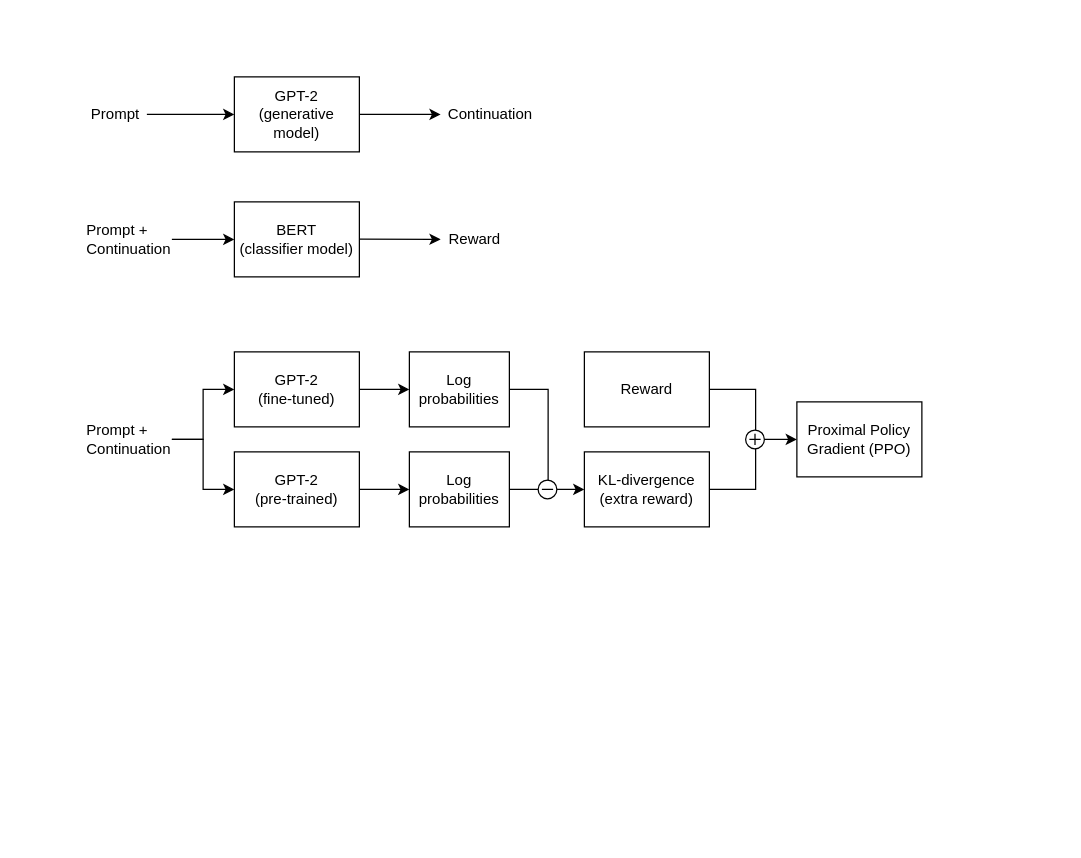
The draw.io diagram tapt.drawio in chrisliu298/tapt, before the edit. Source tidied: cells renumbered, new cells numbered last; positions are measured from the earlier drawing's top-left corner, leaving out a move shared by most shapes. Both pictures are drawn from the tidied source at 125%, with x=0, y=0 at pixel (84, 76).
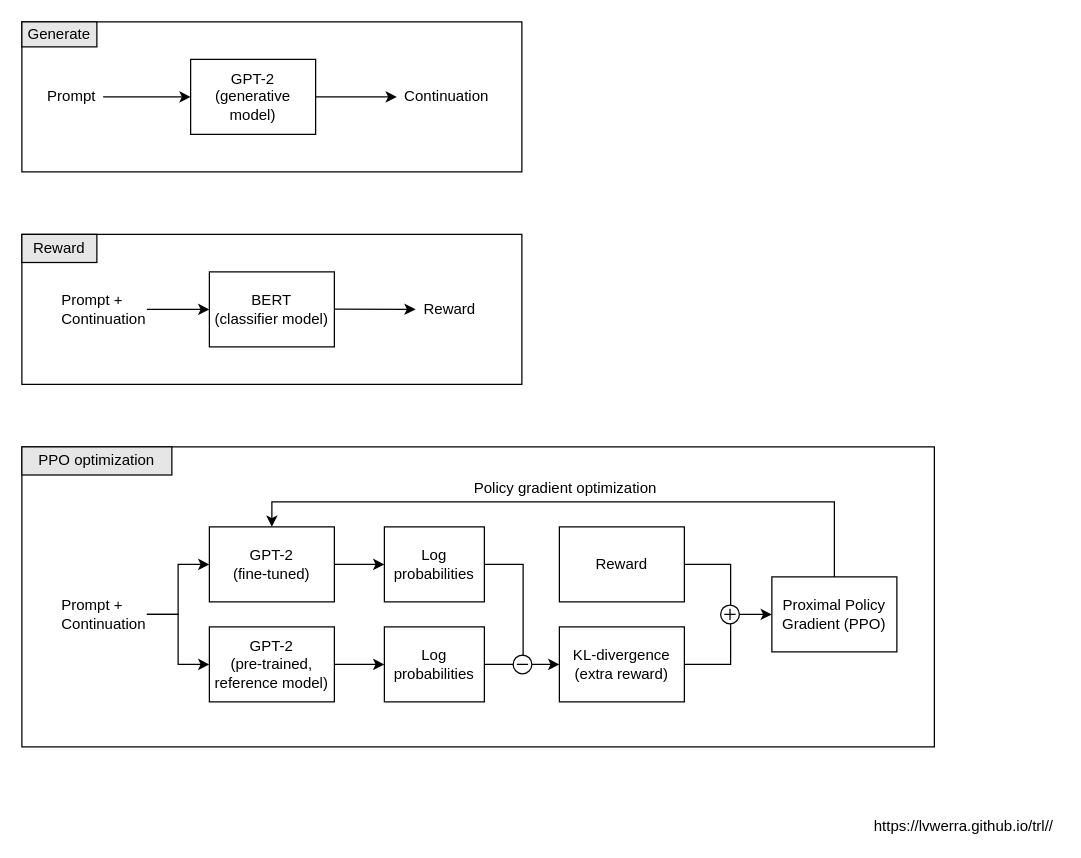
The same diagram, later.

What changed in the source:
```diff
@@
     <mxCell id="2" value="GPT-2&lt;br&gt;(generative model)" style="rounded=0;whiteSpace=wrap;html=1;fillColor=none;" parent="1" vertex="1">
-      <mxGeometry x="120" width="100" height="60" as="geometry" />
+      <mxGeometry x="85" y="-14" width="100" height="60" as="geometry" />
     </mxCell>
     <mxCell id="3" value="Prompt" style="text;html=1;strokeColor=none;fillColor=none;align=center;verticalAlign=middle;whiteSpace=wrap;rounded=0;" parent="1" vertex="1">
-      <mxGeometry y="20" width="50" height="20" as="geometry" />
+      <mxGeometry x="-35" y="6" width="50" height="20" as="geometry" />
     </mxCell>
@@
     <mxCell id="5" value="Continuation" style="text;html=1;strokeColor=none;fillColor=none;align=center;verticalAlign=middle;whiteSpace=wrap;rounded=0;" parent="1" vertex="1">
-      <mxGeometry x="285" y="20" width="80" height="20" as="geometry" />
+      <mxGeometry x="250" y="6" width="80" height="20" as="geometry" />
     </mxCell>
@@
     <mxCell id="7" value="BERT&lt;br&gt;(classifier model)" style="rounded=0;whiteSpace=wrap;html=1;fillColor=none;" parent="1" vertex="1">
-      <mxGeometry x="120" y="100" width="100" height="60" as="geometry" />
+      <mxGeometry x="100" y="156" width="100" height="60" as="geometry" />
     </mxCell>
-    <mxCell id="8" value="Prompt +&lt;br&gt;Continuation" style="text;html=1;strokeColor=none;fillColor=none;align=left;verticalAlign=middle;whiteSpace=wrap;rounded=0;" parent="1" vertex="1">
-      <mxGeometry y="120" width="70" height="20" as="geometry" />
-    </mxCell>
-    <mxCell id="9" style="endArrow=classic;html=1;exitX=1;exitY=0.5;exitDx=0;exitDy=0;entryX=0;entryY=0.5;entryDx=0;entryDy=0;" parent="1" edge="1" source="8" target="7">
-      <mxGeometry relative="1" as="geometry" />
-    </mxCell>
-    <mxCell id="10" style="endArrow=classic;html=1;exitX=1;exitY=0.5;exitDx=0;exitDy=0;entryX=0;entryY=0.5;entryDx=0;entryDy=0;" parent="1" edge="1" target="11">
-      <mxGeometry relative="1" as="geometry">
-        <mxPoint x="220" y="129.7" as="sourcePoint" />
-      </mxGeometry>
-    </mxCell>
+    <mxCell id="35" value="Prompt +&lt;br&gt;Continuation" style="text;html=1;strokeColor=none;fillColor=none;align=left;verticalAlign=middle;whiteSpace=wrap;rounded=0;" parent="1" vertex="1">
+      <mxGeometry x="-20" y="176" width="70" height="20" as="geometry" />
+    </mxCell>
+    <mxCell id="36" style="endArrow=classic;html=1;exitX=1;exitY=0.5;exitDx=0;exitDy=0;entryX=0;entryY=0.5;entryDx=0;entryDy=0;" parent="1" edge="1" source="35" target="7">
+      <mxGeometry relative="1" as="geometry" />
+    </mxCell>
+    <mxCell id="37" style="endArrow=classic;html=1;exitX=1;exitY=0.5;exitDx=0;exitDy=0;entryX=0;entryY=0.5;entryDx=0;entryDy=0;" parent="1" edge="1" target="11">
+      <mxGeometry relative="1" as="geometry">
+        <mxPoint x="200" y="185.7" as="sourcePoint" />
+      </mxGeometry>
+    </mxCell>
     <mxCell id="11" value="Reward" style="text;html=1;strokeColor=none;fillColor=none;align=center;verticalAlign=middle;whiteSpace=wrap;rounded=0;" parent="1" vertex="1">
-      <mxGeometry x="285" y="120" width="55" height="20" as="geometry" />
+      <mxGeometry x="265" y="176" width="55" height="20" as="geometry" />
     </mxCell>
-    <mxCell id="12" value="Prompt +&lt;br&gt;Continuation" style="text;html=1;strokeColor=none;fillColor=none;align=left;verticalAlign=middle;whiteSpace=wrap;rounded=0;" parent="1" vertex="1">
-      <mxGeometry y="280" width="70" height="20" as="geometry" />
-    </mxCell>
+    <mxCell id="38" value="Prompt +&lt;br&gt;Continuation" style="text;html=1;strokeColor=none;fillColor=none;align=left;verticalAlign=middle;whiteSpace=wrap;rounded=0;" parent="1" vertex="1">
+      <mxGeometry x="-20" y="420" width="70" height="20" as="geometry" />
+    </mxCell>
     <mxCell id="13" value="GPT-2&lt;br&gt;(fine-tuned)" style="rounded=0;whiteSpace=wrap;html=1;fillColor=none;" parent="1" vertex="1">
-      <mxGeometry x="120" y="220" width="100" height="60" as="geometry" />
+      <mxGeometry x="100" y="360" width="100" height="60" as="geometry" />
     </mxCell>
-    <mxCell id="14" value="GPT-2&lt;br&gt;(pre-trained)" style="rounded=0;whiteSpace=wrap;html=1;fillColor=none;" parent="1" vertex="1">
-      <mxGeometry x="120" y="300" width="100" height="60" as="geometry" />
-    </mxCell>
-    <mxCell id="15" style="edgeStyle=elbowEdgeStyle;elbow=horizontal;endArrow=classic;html=1;exitX=1;exitY=0.5;exitDx=0;exitDy=0;rounded=0;" parent="1" edge="1" source="12">
-      <mxGeometry relative="1" as="geometry">
-        <mxPoint x="120" y="250" as="targetPoint" />
-      </mxGeometry>
-    </mxCell>
-    <mxCell id="16" style="edgeStyle=orthogonalEdgeStyle;elbow=horizontal;endArrow=classic;html=1;exitX=1;exitY=0.5;exitDx=0;exitDy=0;entryX=0;entryY=0.5;entryDx=0;entryDy=0;rounded=0;" parent="1" edge="1" source="12" target="14">
-      <mxGeometry relative="1" as="geometry" />
-    </mxCell>
-    <mxCell id="17" value="Log probabilities" style="rounded=0;whiteSpace=wrap;html=1;fillColor=none;" parent="1" vertex="1">
-      <mxGeometry x="260" y="220" width="80" height="60" as="geometry" />
-    </mxCell>
-    <mxCell id="18" style="endArrow=classic;html=1;exitX=1;exitY=0.5;exitDx=0;exitDy=0;entryX=0;entryY=0.5;entryDx=0;entryDy=0;" parent="1" edge="1" source="13" target="17">
-      <mxGeometry relative="1" as="geometry" />
-    </mxCell>
-    <mxCell id="19" value="Log probabilities" style="rounded=0;whiteSpace=wrap;html=1;fillColor=none;" parent="1" vertex="1">
-      <mxGeometry x="260" y="300" width="80" height="60" as="geometry" />
-    </mxCell>
-    <mxCell id="20" style="endArrow=classic;html=1;entryX=0;entryY=0.5;entryDx=0;entryDy=0;" parent="1" edge="1" target="19">
-      <mxGeometry relative="1" as="geometry">
-        <mxPoint x="220" y="330" as="sourcePoint" />
-      </mxGeometry>
-    </mxCell>
+    <mxCell id="39" value="GPT-2&lt;br&gt;(pre-trained, reference model)" style="rounded=0;whiteSpace=wrap;html=1;fillColor=none;" parent="1" vertex="1">
+      <mxGeometry x="100" y="440" width="100" height="60" as="geometry" />
+    </mxCell>
+    <mxCell id="40" style="edgeStyle=elbowEdgeStyle;elbow=horizontal;endArrow=classic;html=1;exitX=1;exitY=0.5;exitDx=0;exitDy=0;rounded=0;" parent="1" edge="1" source="38">
+      <mxGeometry relative="1" as="geometry">
+        <mxPoint x="100" y="390" as="targetPoint" />
+      </mxGeometry>
+    </mxCell>
+    <mxCell id="41" style="edgeStyle=orthogonalEdgeStyle;elbow=horizontal;endArrow=classic;html=1;exitX=1;exitY=0.5;exitDx=0;exitDy=0;entryX=0;entryY=0.5;entryDx=0;entryDy=0;rounded=0;" parent="1" edge="1" source="38" target="39">
+      <mxGeometry relative="1" as="geometry" />
+    </mxCell>
+    <mxCell id="42" value="Log probabilities" style="rounded=0;whiteSpace=wrap;html=1;fillColor=none;" parent="1" vertex="1">
+      <mxGeometry x="240" y="360" width="80" height="60" as="geometry" />
+    </mxCell>
+    <mxCell id="43" style="endArrow=classic;html=1;exitX=1;exitY=0.5;exitDx=0;exitDy=0;entryX=0;entryY=0.5;entryDx=0;entryDy=0;" parent="1" edge="1" source="13" target="42">
+      <mxGeometry relative="1" as="geometry" />
+    </mxCell>
+    <mxCell id="44" value="Log probabilities" style="rounded=0;whiteSpace=wrap;html=1;fillColor=none;" parent="1" vertex="1">
+      <mxGeometry x="240" y="440" width="80" height="60" as="geometry" />
+    </mxCell>
+    <mxCell id="45" style="endArrow=classic;html=1;entryX=0;entryY=0.5;entryDx=0;entryDy=0;" parent="1" edge="1" target="44">
+      <mxGeometry relative="1" as="geometry">
+        <mxPoint x="200" y="470" as="sourcePoint" />
+      </mxGeometry>
+    </mxCell>
     <mxCell id="21" value="KL-divergence&lt;br&gt;(extra reward)" style="rounded=0;whiteSpace=wrap;html=1;fillColor=none;" parent="1" vertex="1">
-      <mxGeometry x="400" y="300" width="100" height="60" as="geometry" />
+      <mxGeometry x="380" y="440" width="100" height="60" as="geometry" />
     </mxCell>
     <mxCell id="22" value="Reward" style="rounded=0;whiteSpace=wrap;html=1;fillColor=none;" parent="1" vertex="1">
-      <mxGeometry x="400" y="220" width="100" height="60" as="geometry" />
+      <mxGeometry x="380" y="360" width="100" height="60" as="geometry" />
     </mxCell>
-    <mxCell id="23" value="&lt;p style=&quot;line-height: 100%; font-size: 12px;&quot;&gt;&lt;br style=&quot;font-size: 12px;&quot;&gt;&lt;/p&gt;" style="ellipse;whiteSpace=wrap;html=1;align=center;verticalAlign=middle;fontSize=12;fillColor=none;" parent="1" vertex="1">
-      <mxGeometry x="363" y="322.5" width="15" height="15" as="geometry" />
-    </mxCell>
-    <mxCell id="24" style="edgeStyle=elbowEdgeStyle;elbow=horizontal;endArrow=none;html=1;exitX=1;exitY=0.5;exitDx=0;exitDy=0;rounded=0;endFill=0;" parent="1" edge="1" source="17">
-      <mxGeometry relative="1" as="geometry">
-        <mxPoint x="371" y="323" as="targetPoint" />
-        <Array as="points">
-          <mxPoint x="371" y="260" />
-          <mxPoint x="372" y="280" />
-        </Array>
-      </mxGeometry>
-    </mxCell>
-    <mxCell id="25" style="edgeStyle=elbowEdgeStyle;elbow=horizontal;endArrow=none;html=1;exitX=1;exitY=0.5;exitDx=0;exitDy=0;rounded=0;endFill=0;entryX=0;entryY=0.5;entryDx=0;entryDy=0;" parent="1" edge="1" source="19" target="23">
-      <mxGeometry relative="1" as="geometry" />
-    </mxCell>
-    <mxCell id="26" style="endArrow=classic;html=1;exitX=1;exitY=0.5;exitDx=0;exitDy=0;entryX=0;entryY=0.5;entryDx=0;entryDy=0;" parent="1" edge="1" source="23" target="21">
-      <mxGeometry relative="1" as="geometry" />
-    </mxCell>
+    <mxCell id="46" value="&lt;p style=&quot;line-height: 100%; font-size: 12px;&quot;&gt;&lt;br style=&quot;font-size: 12px;&quot;&gt;&lt;/p&gt;" style="ellipse;whiteSpace=wrap;html=1;align=center;verticalAlign=middle;fontSize=12;fillColor=none;" parent="1" vertex="1">
+      <mxGeometry x="343" y="462.5" width="15" height="15" as="geometry" />
+    </mxCell>
+    <mxCell id="47" style="edgeStyle=elbowEdgeStyle;elbow=horizontal;endArrow=none;html=1;exitX=1;exitY=0.5;exitDx=0;exitDy=0;rounded=0;endFill=0;" parent="1" edge="1" source="42">
+      <mxGeometry relative="1" as="geometry">
+        <mxPoint x="351" y="463" as="targetPoint" />
+        <Array as="points">
+          <mxPoint x="351" y="400" />
+          <mxPoint x="352" y="420" />
+        </Array>
+      </mxGeometry>
+    </mxCell>
+    <mxCell id="48" style="edgeStyle=elbowEdgeStyle;elbow=horizontal;endArrow=none;html=1;exitX=1;exitY=0.5;exitDx=0;exitDy=0;rounded=0;endFill=0;entryX=0;entryY=0.5;entryDx=0;entryDy=0;" parent="1" edge="1" source="44" target="46">
+      <mxGeometry relative="1" as="geometry" />
+    </mxCell>
+    <mxCell id="49" style="endArrow=classic;html=1;exitX=1;exitY=0.5;exitDx=0;exitDy=0;entryX=0;entryY=0.5;entryDx=0;entryDy=0;" parent="1" edge="1" source="46" target="21">
+      <mxGeometry relative="1" as="geometry" />
+    </mxCell>
     <mxCell id="27" value="Proximal Policy Gradient (PPO)" style="rounded=0;whiteSpace=wrap;html=1;fillColor=none;" parent="1" vertex="1">
-      <mxGeometry x="570" y="260" width="100" height="60" as="geometry" />
+      <mxGeometry x="550" y="400" width="100" height="60" as="geometry" />
     </mxCell>
-    <mxCell id="28" style="endArrow=none;html=1;fontSize=20;strokeWidth=1;" parent="1" edge="1">
-      <mxGeometry relative="1" as="geometry">
-        <mxPoint x="366" y="330" as="sourcePoint" />
-        <mxPoint x="375" y="330" as="targetPoint" />
-      </mxGeometry>
-    </mxCell>
-    <mxCell id="29" value="&lt;p style=&quot;line-height: 100%; font-size: 12px;&quot;&gt;&lt;br style=&quot;font-size: 12px;&quot;&gt;&lt;/p&gt;" style="ellipse;whiteSpace=wrap;html=1;align=center;verticalAlign=middle;fontSize=12;fillColor=none;" parent="1" vertex="1">
-      <mxGeometry x="529" y="282.5" width="15" height="15" as="geometry" />
-    </mxCell>
-    <mxCell id="30" style="endArrow=none;html=1;fontSize=20;strokeWidth=1;" parent="1" edge="1">
-      <mxGeometry relative="1" as="geometry">
-        <mxPoint x="532" y="290" as="sourcePoint" />
-        <mxPoint x="541" y="290" as="targetPoint" />
-      </mxGeometry>
-    </mxCell>
-    <mxCell id="31" style="endArrow=none;html=1;fontSize=20;strokeWidth=1;" parent="1" edge="1">
-      <mxGeometry relative="1" as="geometry">
-        <mxPoint x="536.5" y="294.5" as="sourcePoint" />
-        <mxPoint x="536.5" y="285.5" as="targetPoint" />
-      </mxGeometry>
-    </mxCell>
-    <mxCell id="32" style="edgeStyle=elbowEdgeStyle;elbow=horizontal;endArrow=none;html=1;exitX=1;exitY=0.5;exitDx=0;exitDy=0;rounded=0;endFill=0;entryX=0.5;entryY=0;entryDx=0;entryDy=0;" parent="1" edge="1" source="22" target="29">
-      <mxGeometry relative="1" as="geometry">
-        <Array as="points">
-          <mxPoint x="537" y="270" />
-          <mxPoint x="382" y="290" />
-        </Array>
-      </mxGeometry>
-    </mxCell>
-    <mxCell id="33" style="edgeStyle=elbowEdgeStyle;elbow=horizontal;endArrow=none;html=1;exitX=1;exitY=0.5;exitDx=0;exitDy=0;rounded=0;endFill=0;entryX=0.5;entryY=1;entryDx=0;entryDy=0;" parent="1" edge="1" source="21" target="29">
-      <mxGeometry relative="1" as="geometry">
-        <Array as="points">
-          <mxPoint x="537" y="320" />
-          <mxPoint x="392" y="300" />
-        </Array>
-      </mxGeometry>
-    </mxCell>
-    <mxCell id="34" style="endArrow=classic;html=1;exitX=1;exitY=0.5;exitDx=0;exitDy=0;entryX=0;entryY=0.5;entryDx=0;entryDy=0;" parent="1" edge="1" source="29" target="27">
-      <mxGeometry relative="1" as="geometry" />
-    </mxCell>
+    <mxCell id="50" style="endArrow=none;html=1;fontSize=20;strokeWidth=1;" parent="1" edge="1">
+      <mxGeometry relative="1" as="geometry">
+        <mxPoint x="346" y="470" as="sourcePoint" />
+        <mxPoint x="355" y="470" as="targetPoint" />
+      </mxGeometry>
+    </mxCell>
+    <mxCell id="51" value="&lt;p style=&quot;line-height: 100%; font-size: 12px;&quot;&gt;&lt;br style=&quot;font-size: 12px;&quot;&gt;&lt;/p&gt;" style="ellipse;whiteSpace=wrap;html=1;align=center;verticalAlign=middle;fontSize=12;fillColor=none;" parent="1" vertex="1">
+      <mxGeometry x="509" y="422.5" width="15" height="15" as="geometry" />
+    </mxCell>
+    <mxCell id="52" style="endArrow=none;html=1;fontSize=20;strokeWidth=1;" parent="1" edge="1">
+      <mxGeometry relative="1" as="geometry">
+        <mxPoint x="512" y="430" as="sourcePoint" />
+        <mxPoint x="521" y="430" as="targetPoint" />
+      </mxGeometry>
+    </mxCell>
+    <mxCell id="53" style="endArrow=none;html=1;fontSize=20;strokeWidth=1;" parent="1" edge="1">
+      <mxGeometry relative="1" as="geometry">
+        <mxPoint x="516.5" y="434.5" as="sourcePoint" />
+        <mxPoint x="516.5" y="425.5" as="targetPoint" />
+      </mxGeometry>
+    </mxCell>
+    <mxCell id="54" style="edgeStyle=elbowEdgeStyle;elbow=horizontal;endArrow=none;html=1;exitX=1;exitY=0.5;exitDx=0;exitDy=0;rounded=0;endFill=0;entryX=0.5;entryY=0;entryDx=0;entryDy=0;" parent="1" edge="1" source="22" target="51">
+      <mxGeometry relative="1" as="geometry">
+        <Array as="points">
+          <mxPoint x="517" y="410" />
+          <mxPoint x="362" y="430" />
+        </Array>
+      </mxGeometry>
+    </mxCell>
+    <mxCell id="55" style="edgeStyle=elbowEdgeStyle;elbow=horizontal;endArrow=none;html=1;exitX=1;exitY=0.5;exitDx=0;exitDy=0;rounded=0;endFill=0;entryX=0.5;entryY=1;entryDx=0;entryDy=0;" parent="1" edge="1" source="21" target="51">
+      <mxGeometry relative="1" as="geometry">
+        <Array as="points">
+          <mxPoint x="517" y="460" />
+          <mxPoint x="372" y="440" />
+        </Array>
+      </mxGeometry>
+    </mxCell>
+    <mxCell id="56" style="endArrow=classic;html=1;exitX=1;exitY=0.5;exitDx=0;exitDy=0;entryX=0;entryY=0.5;entryDx=0;entryDy=0;" parent="1" edge="1" source="51" target="27">
+      <mxGeometry relative="1" as="geometry" />
+    </mxCell>
+    <mxCell id="57" style="edgeStyle=elbowEdgeStyle;elbow=horizontal;endArrow=classic;html=1;exitX=0.5;exitY=0;exitDx=0;exitDy=0;rounded=0;entryX=0.5;entryY=0;entryDx=0;entryDy=0;" parent="1" edge="1" source="27" target="13">
+      <mxGeometry relative="1" as="geometry">
+        <Array as="points">
+          <mxPoint x="380" y="340" />
+        </Array>
+      </mxGeometry>
+    </mxCell>
+    <mxCell id="58" style="rounded=0;whiteSpace=wrap;html=1;strokeColor=#000000;fillColor=none;" parent="1" vertex="1">
+      <mxGeometry x="-50" y="-44" width="400" height="120" as="geometry" />
+    </mxCell>
+    <mxCell id="59" value="Generate" style="rounded=0;whiteSpace=wrap;html=1;strokeColor=#000000;fillColor=#E6E6E6;" parent="1" vertex="1">
+      <mxGeometry x="-50" y="-44" width="60" height="20" as="geometry" />
+    </mxCell>
+    <mxCell id="60" style="rounded=0;whiteSpace=wrap;html=1;strokeColor=#000000;fillColor=none;" parent="1" vertex="1">
+      <mxGeometry x="-50" y="126" width="400" height="120" as="geometry" />
+    </mxCell>
+    <mxCell id="61" value="Reward" style="rounded=0;whiteSpace=wrap;html=1;strokeColor=#000000;fillColor=#E6E6E6;" parent="1" vertex="1">
+      <mxGeometry x="-50" y="126" width="60" height="22.5" as="geometry" />
+    </mxCell>
+    <mxCell id="62" style="rounded=0;whiteSpace=wrap;html=1;strokeColor=#000000;fillColor=none;" parent="1" vertex="1">
+      <mxGeometry x="-50" y="296" width="730" height="240" as="geometry" />
+    </mxCell>
+    <mxCell id="63" value="PPO optimization" style="rounded=0;whiteSpace=wrap;html=1;strokeColor=#000000;fillColor=#E6E6E6;" parent="1" vertex="1">
+      <mxGeometry x="-50" y="296" width="120" height="22.5" as="geometry" />
+    </mxCell>
+    <mxCell id="64" value="https://lvwerra.github.io/trl//" style="text;whiteSpace=wrap;html=1;" parent="1" vertex="1">
+      <mxGeometry x="630" y="586" width="150" height="20" as="geometry" />
+    </mxCell>
+    <mxCell id="65" value="Policy gradient optimization" style="text;whiteSpace=wrap;html=1;" parent="1" vertex="1">
+      <mxGeometry x="310" y="315" width="150" height="20" as="geometry" />
+    </mxCell>
```
